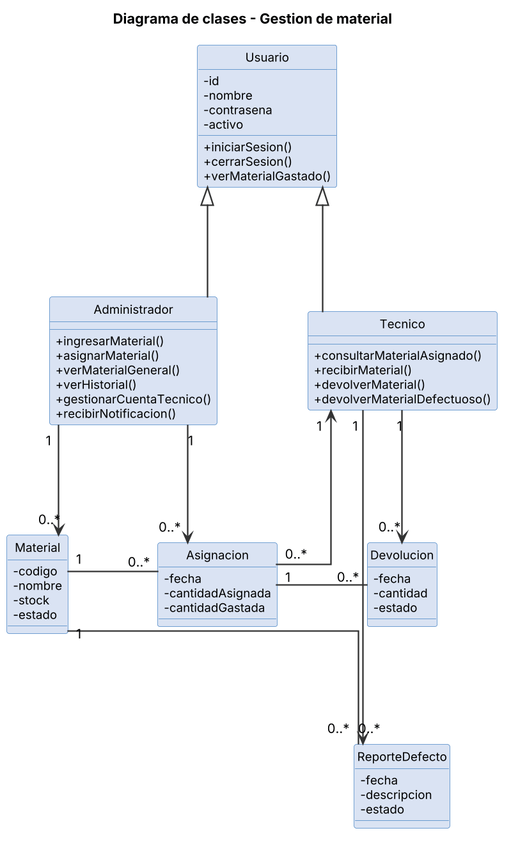
Above: docs/diagramas/diagrama-gestion-material.png in johanhenao932-design/proyecto-ingenieria-software1 (PlantUML), before the change.
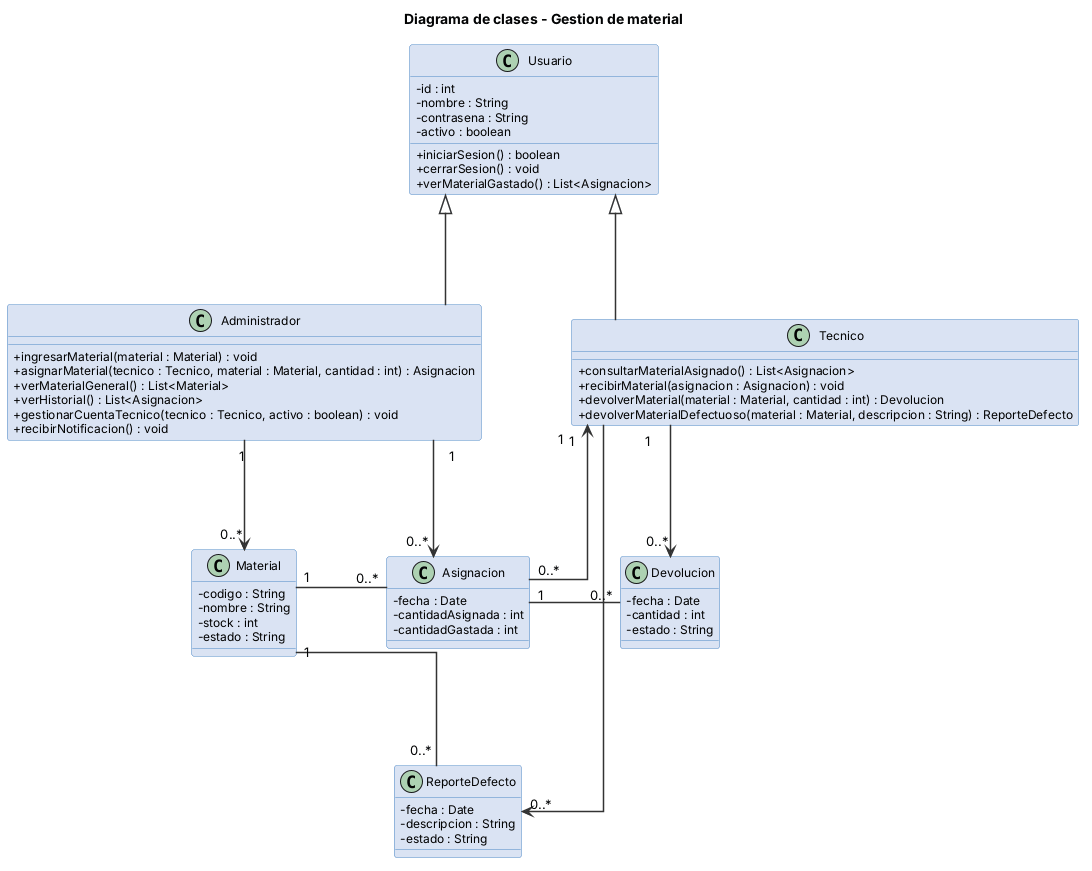
Above is the later version.

Commit message:
modificacion del diagrama de clases

Change to the diagram source:
```diff
@@ -6,8 +6,6 @@
 skinparam nodesep 90
 skinparam ranksep 110
 skinparam shadowing false
-hide circle
-skinparam dpi 150
 skinparam ArrowColor #333333
 skinparam ArrowThickness 1.5
 skinparam class {
@@ -18,54 +16,54 @@
 }
 
 class Usuario {
-  - id
-  - nombre
-  - contrasena
-  - activo
-  + iniciarSesion()
-  + cerrarSesion()
-  + verMaterialGastado()
+  - id : int
+  - nombre : String
+  - contrasena : String
+  - activo : boolean
+  + iniciarSesion() : boolean
+  + cerrarSesion() : void
+  + verMaterialGastado() : List<Asignacion>
 }
 
 class Administrador {
-  + ingresarMaterial()
-  + asignarMaterial()
-  + verMaterialGeneral()
-  + verHistorial()
-  + gestionarCuentaTecnico()
-  + recibirNotificacion()
+  + ingresarMaterial(material : Material) : void
+  + asignarMaterial(tecnico : Tecnico, material : Material, cantidad : int) : Asignacion
+  + verMaterialGeneral() : List<Material>
+  + verHistorial() : List<Asignacion>
+  + gestionarCuentaTecnico(tecnico : Tecnico, activo : boolean) : void
+  + recibirNotificacion() : void
 }
 
 class Tecnico {
-  + consultarMaterialAsignado()
-  + recibirMaterial()
-  + devolverMaterial()
-  + devolverMaterialDefectuoso()
+  + consultarMaterialAsignado() : List<Asignacion>
+  + recibirMaterial(asignacion : Asignacion) : void
+  + devolverMaterial(material : Material, cantidad : int) : Devolucion
+  + devolverMaterialDefectuoso(material : Material, descripcion : String) : ReporteDefecto
 }
 
 class Material {
-  - codigo
-  - nombre
-  - stock
-  - estado
+  - codigo : String
+  - nombre : String
+  - stock : int
+  - estado : String
 }
 
 class Asignacion {
-  - fecha
-  - cantidadAsignada
-  - cantidadGastada
+  - fecha : Date
+  - cantidadAsignada : int
+  - cantidadGastada : int
 }
 
 class Devolucion {
-  - fecha
-  - cantidad
-  - estado
+  - fecha : Date
+  - cantidad : int
+  - estado : String
 }
 
 class ReporteDefecto {
-  - fecha
-  - descripcion
-  - estado
+  - fecha : Date
+  - descripcion : String
+  - estado : String
 }
 
 Usuario <|-down- Administrador
@@ -84,5 +82,5 @@
 
 Material -[hidden]right- Asignacion
 Asignacion -[hidden]right- Devolucion
-Devolucion -[hidden]down- ReporteDefecto
+Asignacion -[hidden]down- ReporteDefecto
 @enduml
```
